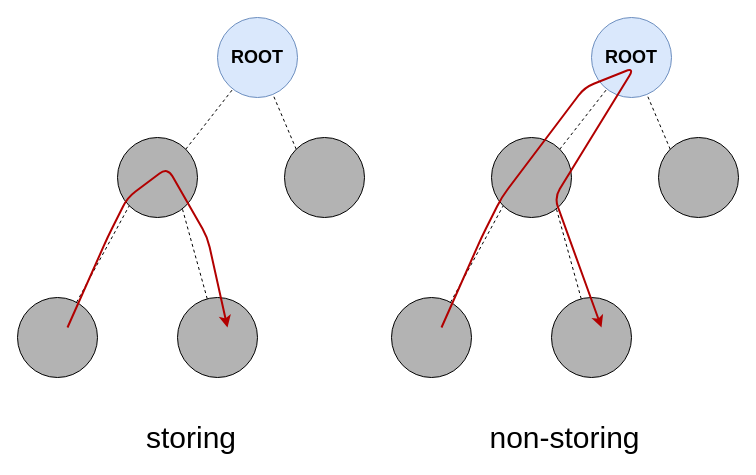
The draw.io diagram memoire/res/src/storing-nonstoring.drawio in ArnaudPalgen/ma2_memoire, before the edit. Source tidied: cells renumbered, new cells numbered last; positions are measured from the earlier drawing's top-left corner, leaving out a move shared by most shapes. Both pictures are drawn from the tidied source at 100%, with x=0, y=0 at pixel (17, 17).
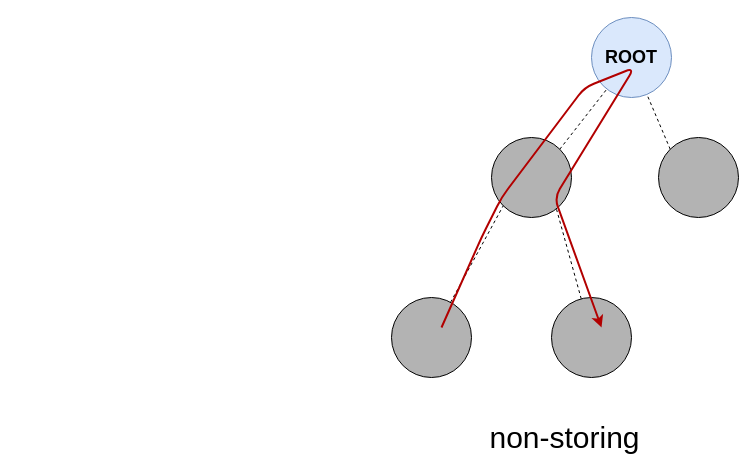
The same page after the edit.

Commit message (it also covers changes not shown here):
update figure storing/nonstoring

The edit, as a diff of the source:
```diff
@@
-    <mxCell id="2" style="group;" parent="1" vertex="1">
-      <mxGeometry width="347" height="360" as="geometry" />
-    </mxCell>
-    <mxCell id="3" value="ROOT" style="ellipse;whiteSpace=wrap;html=1;fillColor=#dae8fc;strokeColor=#6c8ebf;fontSize=18;fontStyle=1;" parent="2" vertex="1">
-      <mxGeometry x="200" width="80" height="80" as="geometry" />
-    </mxCell>
-    <mxCell id="4" style="edgeStyle=none;rounded=0;jettySize=auto;html=1;exitX=1;exitY=0;exitDx=0;exitDy=0;dashed=1;fontSize=18;fontStyle=1;strokeWidth=1;endFill=0;endArrow=none;" parent="2" edge="1" source="5" target="3">
-      <mxGeometry relative="1" as="geometry" />
-    </mxCell>
-    <mxCell id="5" style="ellipse;whiteSpace=wrap;html=1;fontSize=18;fontStyle=1;fillColor=#B3B3B3;" parent="2" vertex="1">
-      <mxGeometry x="100" y="120" width="80" height="80" as="geometry" />
-    </mxCell>
-    <mxCell id="6" style="edgeStyle=none;rounded=0;jettySize=auto;html=1;exitX=0;exitY=0;exitDx=0;exitDy=0;dashed=1;fontSize=18;fontStyle=1;strokeWidth=1;endFill=0;endArrow=none;" parent="2" edge="1" source="7" target="3">
-      <mxGeometry relative="1" as="geometry" />
-    </mxCell>
-    <mxCell id="7" style="ellipse;whiteSpace=wrap;html=1;fontSize=18;fontStyle=1;fillColor=#B3B3B3;" parent="2" vertex="1">
-      <mxGeometry x="267" y="120" width="80" height="80" as="geometry" />
-    </mxCell>
-    <mxCell id="8" style="edgeStyle=none;rounded=0;jettySize=auto;html=1;entryX=0;entryY=1;entryDx=0;entryDy=0;dashed=1;fontSize=18;fontStyle=1;strokeWidth=1;endFill=0;endArrow=none;" parent="2" edge="1" source="9" target="5">
-      <mxGeometry relative="1" as="geometry" />
-    </mxCell>
-    <mxCell id="9" style="ellipse;whiteSpace=wrap;html=1;fontSize=18;fontStyle=1;fillColor=#B3B3B3;" parent="2" vertex="1">
-      <mxGeometry y="280" width="80" height="80" as="geometry" />
-    </mxCell>
-    <mxCell id="10" style="edgeStyle=none;rounded=0;jettySize=auto;html=1;dashed=1;fontSize=18;fontStyle=1;strokeWidth=1;endFill=0;endArrow=none;entryX=0.813;entryY=0.898;entryDx=0;entryDy=0;entryPerimeter=0;" parent="2" edge="1" source="11" target="5">
-      <mxGeometry relative="1" as="geometry" />
-    </mxCell>
-    <mxCell id="11" style="ellipse;whiteSpace=wrap;html=1;fontSize=18;fontStyle=1;fillColor=#B3B3B3;" parent="2" vertex="1">
-      <mxGeometry x="160" y="280" width="80" height="80" as="geometry" />
-    </mxCell>
-    <mxCell id="12" style="endArrow=classic;html=1;strokeWidth=2;fillColor=#e51400;strokeColor=#B20000;" parent="2" edge="1">
-      <mxGeometry relative="1" as="geometry">
-        <mxPoint x="50" y="310" as="sourcePoint" />
-        <mxPoint x="210" y="310" as="targetPoint" />
-        <Array as="points">
-          <mxPoint x="90" y="220" />
-          <mxPoint x="110" y="180" />
-          <mxPoint x="150" y="150" />
-          <mxPoint x="190" y="220" />
-        </Array>
-      </mxGeometry>
-    </mxCell>
@@
-    <mxCell id="24" value="&lt;font style=&quot;font-size: 30px&quot;&gt;storing&lt;/font&gt;" style="text;html=1;strokeColor=none;fillColor=none;align=center;verticalAlign=middle;whiteSpace=wrap;rounded=0;" parent="1" vertex="1">
-      <mxGeometry x="123.5" y="400" width="100" height="40" as="geometry" />
-    </mxCell>
```
